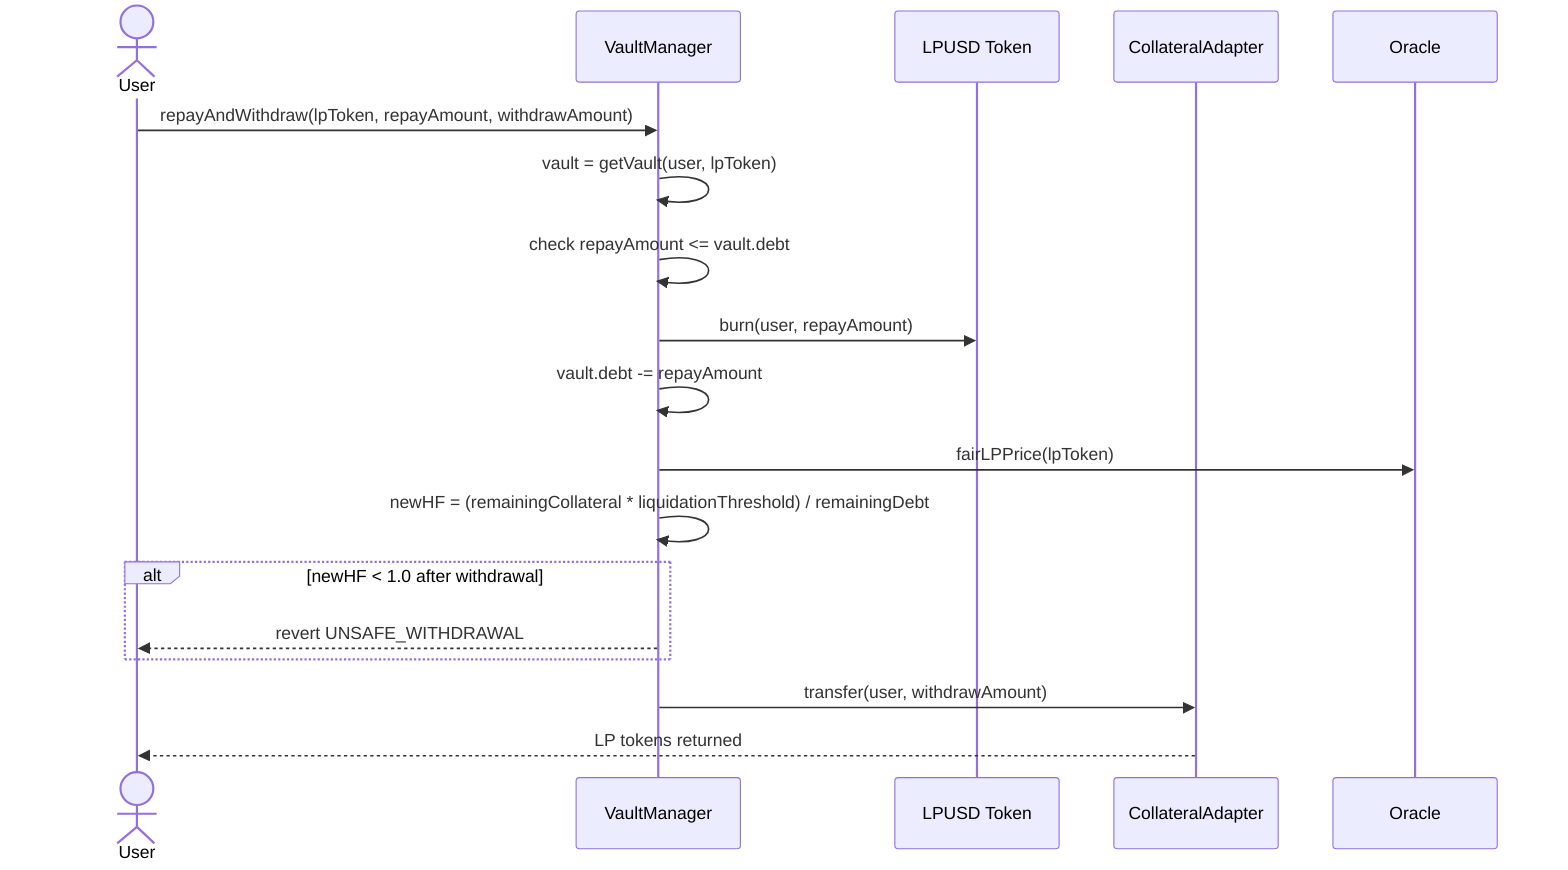
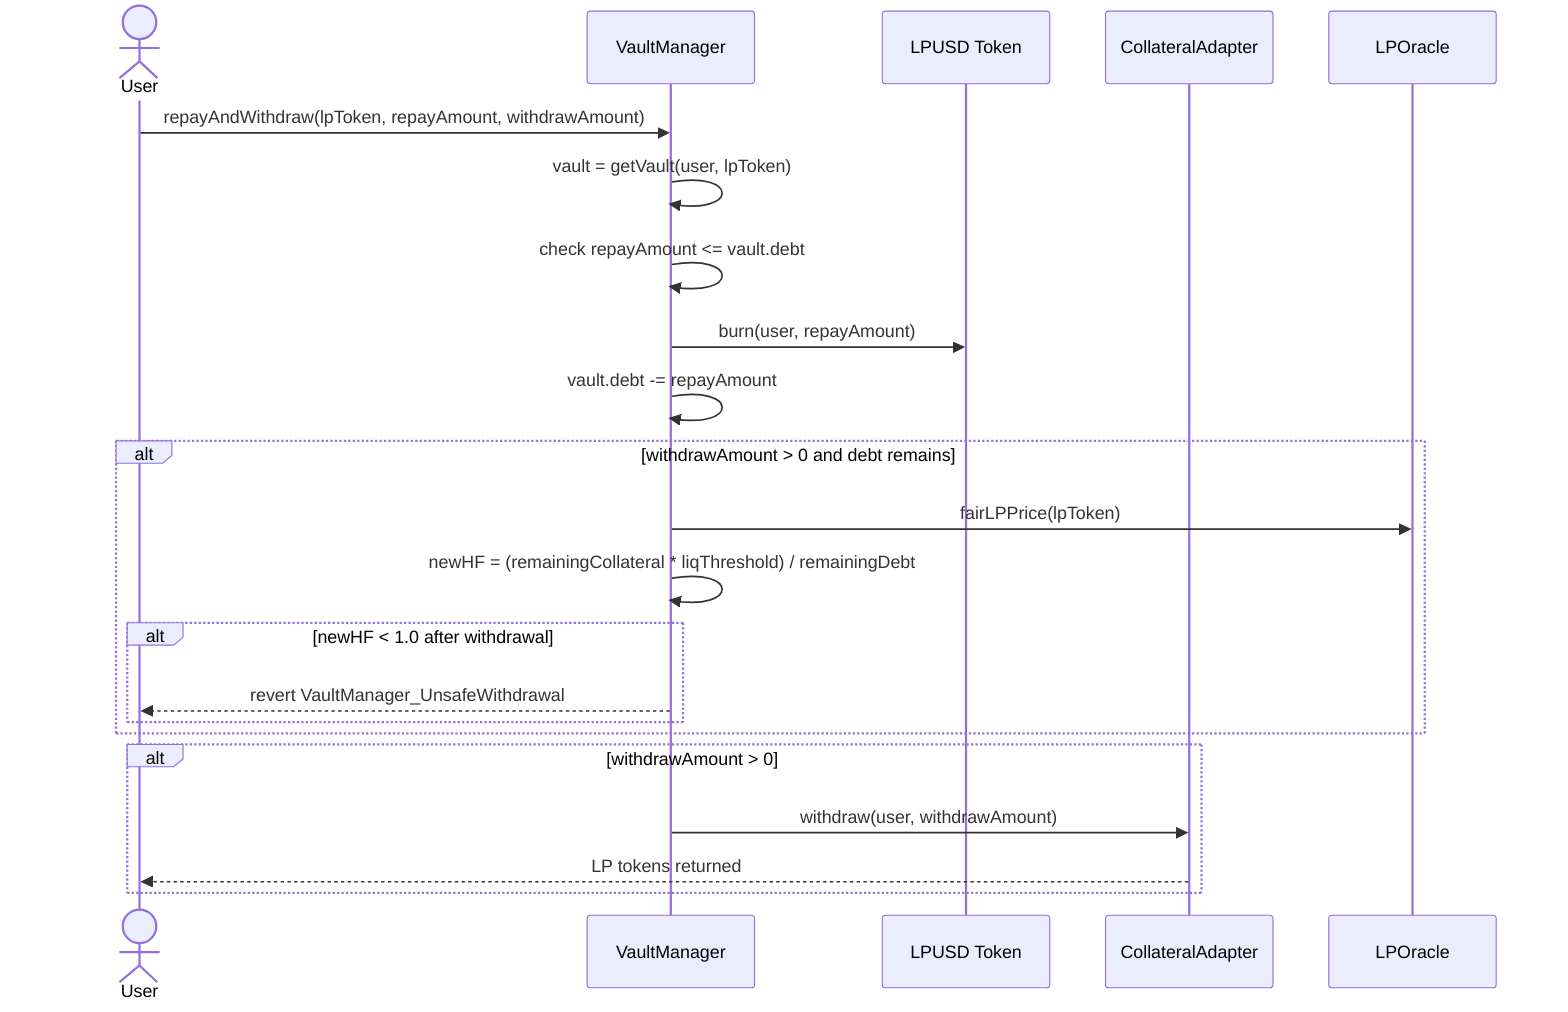
sequenceDiagram
    actor User
    participant VM as VaultManager
    participant LPUSD as LPUSD Token
    participant CA as CollateralAdapter
+     participant Oracle as LPOracle

    User->>VM: repayAndWithdraw(lpToken, repayAmount, withdrawAmount)
    VM->>VM: vault = getVault(user, lpToken)
    VM->>VM: check repayAmount <= vault.debt
    VM->>LPUSD: burn(user, repayAmount)
    VM->>VM: vault.debt -= repayAmount
-     VM->>Oracle: fairLPPrice(lpToken)
-     VM->>VM: newHF = (remainingCollateral * liquidationThreshold) / remainingDebt
-     alt newHF < 1.0 after withdrawal
-         VM-->>User: revert UNSAFE_WITHDRAWAL
+     alt withdrawAmount > 0 and debt remains
+         VM->>Oracle: fairLPPrice(lpToken)
+         VM->>VM: newHF = (remainingCollateral * liqThreshold) / remainingDebt
+         alt newHF < 1.0 after withdrawal
+             VM-->>User: revert VaultManager_UnsafeWithdrawal
+         end
    end
-     VM->>CA: transfer(user, withdrawAmount)
-     CA-->>User: LP tokens returned+     alt withdrawAmount > 0
+         VM->>CA: withdraw(user, withdrawAmount)
+         CA-->>User: LP tokens returned
+     end